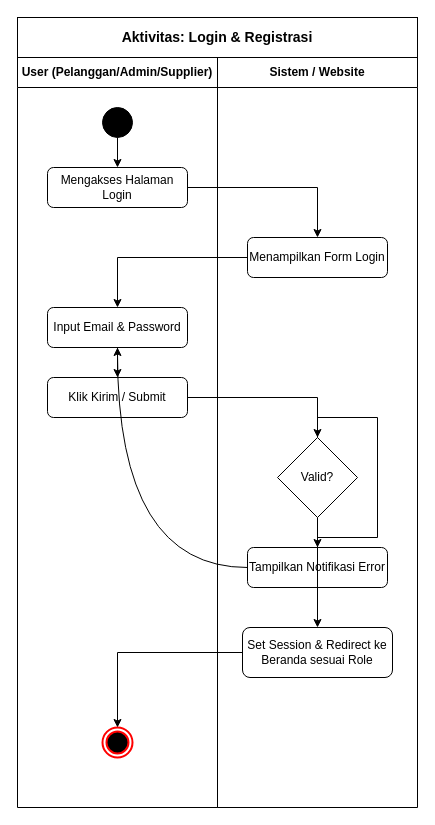
Before: page "Activity: Login" (3 of 7) of diagram-macha/Macha_Diagrams.drawio in FikriBintangx/Macha, a draw.io diagram. Source tidied: cells renumbered, new cells numbered last; positions are measured from the earlier drawing's top-left corner, leaving out a move shared by most shapes. Both pictures are drawn from the tidied source at 100%, with x=0, y=0 at pixel (17, 17).
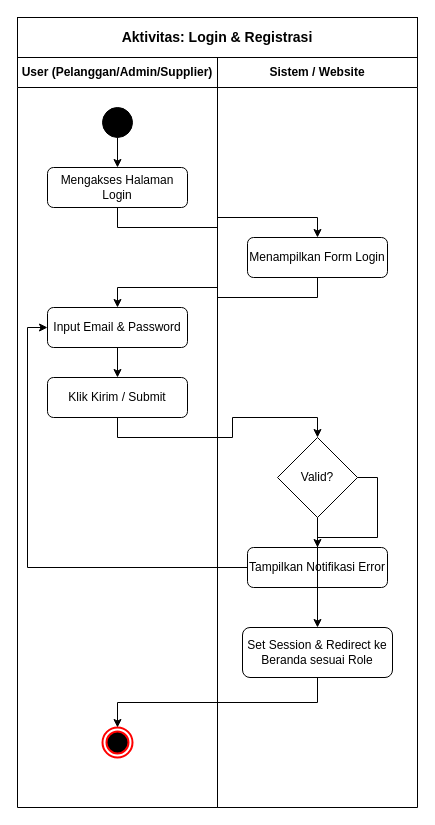
The same page after the edit.

Unchanged cells that the change refers to:
```xml
<mxCell id="5" style="ellipse;whiteSpace=wrap;html=1;fillColor=light-dark(#000000, #ffffff);strokeColor=light-dark(#000000, #ffffff);" parent="3" vertex="1">
  <mxGeometry x="85" y="50" width="30" height="30" as="geometry" />
</mxCell>
<mxCell id="6" value="Mengakses Halaman Login" style="rounded=1;whiteSpace=wrap;html=1;strokeColor=light-dark(#000000, #ffffff);fillColor=none;fontColor=light-dark(#000000, #ffffff);" parent="3" vertex="1">
  <mxGeometry x="30" y="110" width="140" height="40" as="geometry" />
</mxCell>
<mxCell id="7" value="Input Email &amp; Password" style="rounded=1;whiteSpace=wrap;html=1;strokeColor=light-dark(#000000, #ffffff);fillColor=none;fontColor=light-dark(#000000, #ffffff);" parent="3" vertex="1">
  <mxGeometry x="30" y="250" width="140" height="40" as="geometry" />
</mxCell>
<mxCell id="8" value="Klik Kirim / Submit" style="rounded=1;whiteSpace=wrap;html=1;strokeColor=light-dark(#000000, #ffffff);fillColor=none;fontColor=light-dark(#000000, #ffffff);" parent="3" vertex="1">
  <mxGeometry x="30" y="320" width="140" height="40" as="geometry" />
</mxCell>
<mxCell id="9" style="ellipse;html=1;shape=endState;fillColor=light-dark(#000000, #ffffff);strokeColor=#ff0000;strokeWidth=2;" parent="3" vertex="1">
  <mxGeometry x="85" y="670" width="30" height="30" as="geometry" />
</mxCell>
<mxCell id="10" value="Menampilkan Form Login" style="rounded=1;whiteSpace=wrap;html=1;strokeColor=light-dark(#000000, #ffffff);fillColor=none;fontColor=light-dark(#000000, #ffffff);" parent="4" vertex="1">
  <mxGeometry x="30" y="180" width="140" height="40" as="geometry" />
</mxCell>
<mxCell id="11" value="Valid?" style="rhombus;whiteSpace=wrap;html=1;strokeColor=light-dark(#000000, #ffffff);fillColor=none;fontColor=light-dark(#000000, #ffffff);" parent="4" vertex="1">
  <mxGeometry x="60" y="380" width="80" height="80" as="geometry" />
</mxCell>
<mxCell id="12" value="Tampilkan Notifikasi Error" style="rounded=1;whiteSpace=wrap;html=1;strokeColor=light-dark(#000000, #ffffff);fillColor=none;fontColor=light-dark(#000000, #ffffff);" parent="4" vertex="1">
  <mxGeometry x="30" y="490" width="140" height="40" as="geometry" />
</mxCell>
<mxCell id="13" value="Set Session &amp; Redirect ke Beranda sesuai Role" style="rounded=1;whiteSpace=wrap;html=1;strokeColor=light-dark(#000000, #ffffff);fillColor=none;fontColor=light-dark(#000000, #ffffff);" parent="4" vertex="1">
  <mxGeometry x="25" y="570" width="150" height="50" as="geometry" />
</mxCell>
```

Change to the diagram source:
```diff
@@
-    <mxCell id="14" style="edgeStyle=orthogonalEdgeStyle;rounded=0;jettySize=auto;html=1;strokeColor=light-dark(#000000, #ffffff);fillColor=none;" parent="1" edge="1" source="5" target="6">
+    <mxCell id="14" style="edgeStyle=orthogonalEdgeStyle;rounded=0;jettySize=auto;html=1;strokeColor=light-dark(#000000, #ffffff);fillColor=none;exitX=0.5;exitY=1;entryX=0.5;entryY=0;" parent="1" edge="1" source="5" target="6">
       <mxGeometry relative="1" as="geometry" />
     </mxCell>
-    <mxCell id="15" style="edgeStyle=orthogonalEdgeStyle;rounded=0;jettySize=auto;html=1;strokeColor=light-dark(#000000, #ffffff);fillColor=none;" parent="1" edge="1" source="6" target="10">
+    <mxCell id="15" style="edgeStyle=orthogonalEdgeStyle;rounded=0;jettySize=auto;html=1;strokeColor=light-dark(#000000, #ffffff);fillColor=none;exitX=0.5;exitY=1;entryX=0.5;entryY=0;" parent="1" edge="1" source="6" target="10">
       <mxGeometry relative="1" as="geometry" />
     </mxCell>
-    <mxCell id="16" style="edgeStyle=orthogonalEdgeStyle;rounded=0;jettySize=auto;html=1;strokeColor=light-dark(#000000, #ffffff);fillColor=none;" parent="1" edge="1" source="10" target="7">
+    <mxCell id="16" style="edgeStyle=orthogonalEdgeStyle;rounded=0;jettySize=auto;html=1;strokeColor=light-dark(#000000, #ffffff);fillColor=none;exitX=0.5;exitY=1;entryX=0.5;entryY=0;" parent="1" edge="1" source="10" target="7">
       <mxGeometry relative="1" as="geometry" />
     </mxCell>
-    <mxCell id="17" style="edgeStyle=orthogonalEdgeStyle;rounded=0;jettySize=auto;html=1;strokeColor=light-dark(#000000, #ffffff);fillColor=none;" parent="1" edge="1" source="7" target="8">
+    <mxCell id="17" style="edgeStyle=orthogonalEdgeStyle;rounded=0;jettySize=auto;html=1;strokeColor=light-dark(#000000, #ffffff);fillColor=none;exitX=0.5;exitY=1;entryX=0.5;entryY=0;" parent="1" edge="1" source="7" target="8">
       <mxGeometry relative="1" as="geometry" />
     </mxCell>
-    <mxCell id="18" style="edgeStyle=orthogonalEdgeStyle;rounded=0;jettySize=auto;html=1;strokeColor=light-dark(#000000, #ffffff);fillColor=none;" parent="1" edge="1" source="8" target="11">
+    <mxCell id="18" style="edgeStyle=orthogonalEdgeStyle;rounded=0;jettySize=auto;html=1;strokeColor=light-dark(#000000, #ffffff);fillColor=none;exitX=0.5;exitY=1;entryX=0.5;entryY=0;" parent="1" edge="1" source="8" target="11">
       <mxGeometry relative="1" as="geometry" />
     </mxCell>
@@
-    <mxCell id="20" style="edgeStyle=orthogonalEdgeStyle;rounded=0;jettySize=auto;html=1;strokeColor=light-dark(#000000, #ffffff);fillColor=none;exitX=0.5;exitY=0;entryX=0.5;entryY=0;" parent="1" edge="1" source="11" target="12">
+    <mxCell id="20" style="edgeStyle=orthogonalEdgeStyle;rounded=0;jettySize=auto;html=1;strokeColor=light-dark(#000000, #ffffff);fillColor=none;exitX=1;exitY=0.5;entryX=0.5;entryY=0;" parent="1" edge="1" source="11" target="12">
       <mxGeometry relative="1" as="geometry" />
     </mxCell>
-    <mxCell id="21" style="edgeStyle=orthogonalEdgeStyle;rounded=0;jettySize=auto;html=1;strokeColor=light-dark(#000000, #ffffff);fillColor=none;curved=1;" parent="1" edge="1" source="12" target="7">
+    <mxCell id="21" style="edgeStyle=orthogonalEdgeStyle;rounded=0;jettySize=auto;html=1;strokeColor=light-dark(#000000, #ffffff);fillColor=none;exitX=0;exitY=0.5;entryX=0;entryY=0.5;" parent="1" edge="1" source="12" target="7">
       <mxGeometry relative="1" as="geometry" />
     </mxCell>
-    <mxCell id="22" style="edgeStyle=orthogonalEdgeStyle;rounded=0;jettySize=auto;html=1;strokeColor=light-dark(#000000, #ffffff);fillColor=none;" parent="1" edge="1" source="13" target="9">
+    <mxCell id="22" style="edgeStyle=orthogonalEdgeStyle;rounded=0;jettySize=auto;html=1;strokeColor=light-dark(#000000, #ffffff);fillColor=none;exitX=0.5;exitY=1;entryX=0.5;entryY=0;" parent="1" edge="1" source="13" target="9">
       <mxGeometry relative="1" as="geometry" />
     </mxCell>
```
